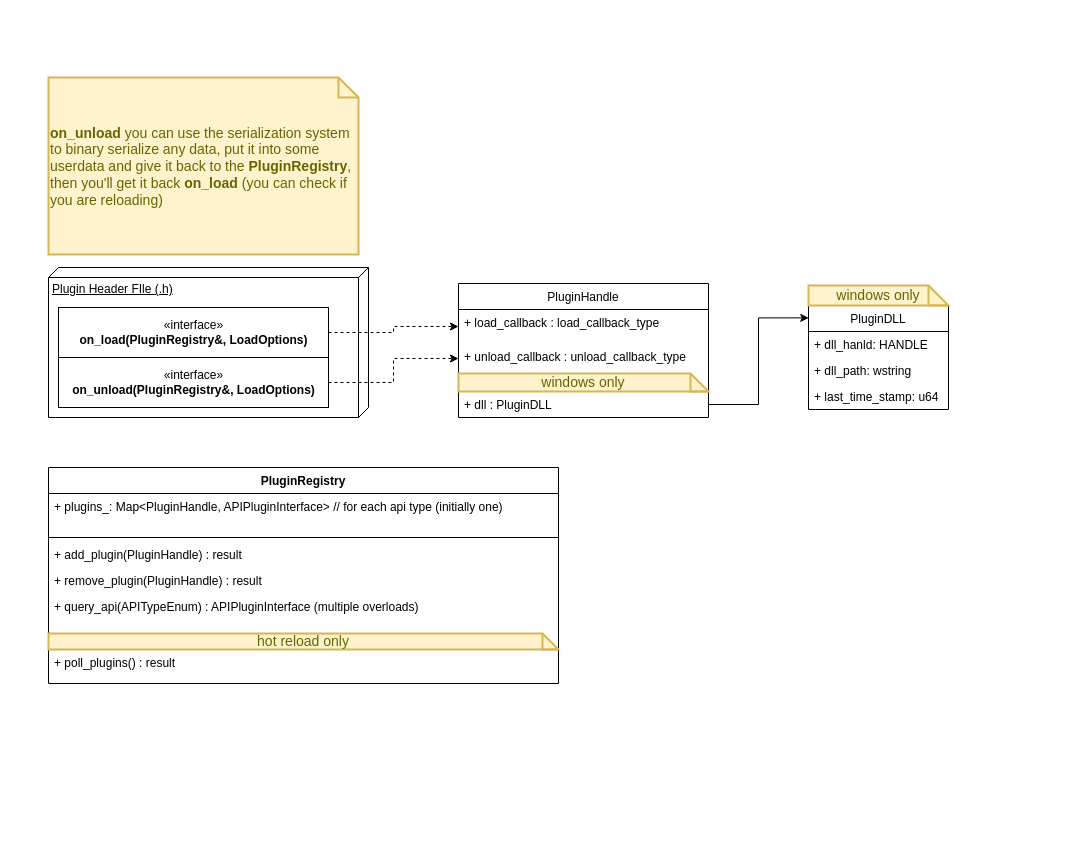
Before: docs/diagrams/plugin_architecture.drawio in MarkSkyzoid/sakura, a draw.io diagram. Source tidied: cells renumbered, new cells numbered last; positions are measured from the earlier drawing's top-left corner, leaving out a move shared by most shapes. Both pictures are drawn from the tidied source at 100%, with x=0, y=0 at pixel (48, 77).
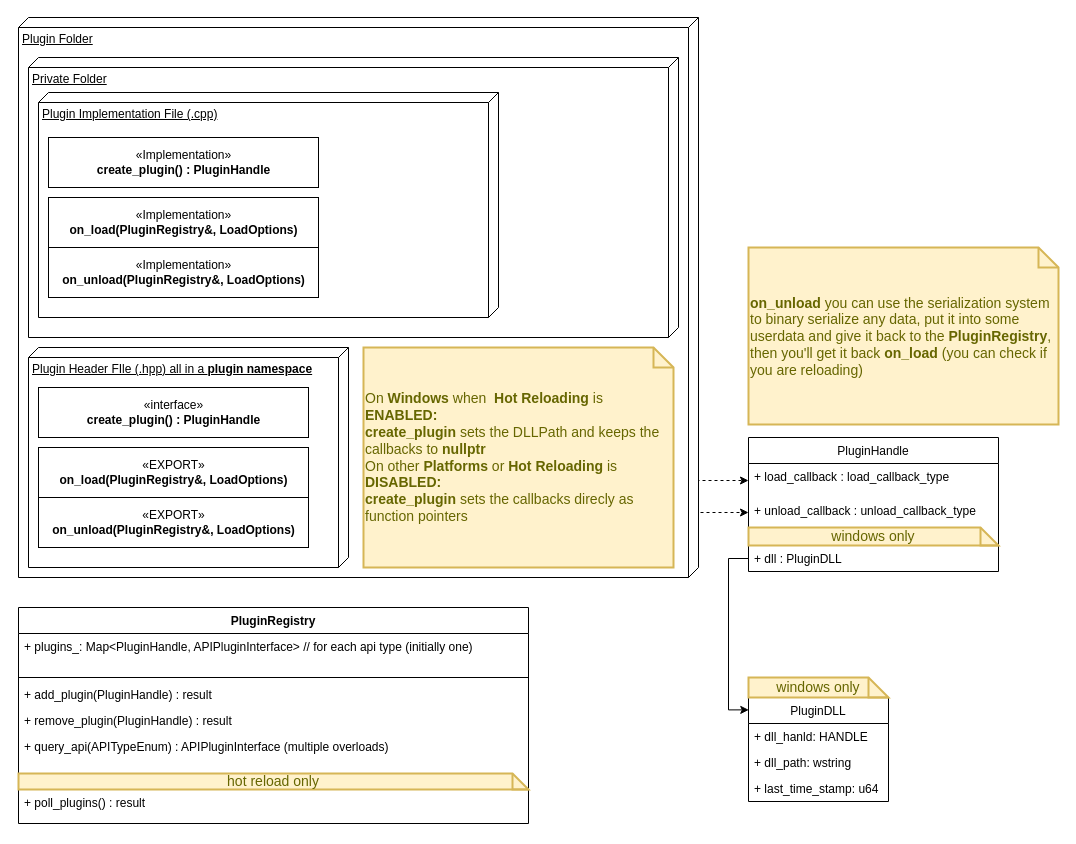
After the change.

Unchanged cells that the change refers to:
```xml
<mxCell id="23" value="+ load_callback : load_callback_type" style="text;strokeColor=none;fillColor=none;align=left;verticalAlign=top;spacingLeft=4;spacingRight=4;overflow=hidden;points=[[0,0.5],[1,0.5]];portConstraint=eastwest;" parent="22" vertex="1">
  <mxGeometry y="26" width="250" height="34" as="geometry" />
</mxCell>
<mxCell id="24" value="+ unload_callback : unload_callback_type" style="text;strokeColor=none;fillColor=none;align=left;verticalAlign=top;spacingLeft=4;spacingRight=4;overflow=hidden;points=[[0,0.5],[1,0.5]];portConstraint=eastwest;" parent="22" vertex="1">
  <mxGeometry y="60" width="250" height="30" as="geometry" />
</mxCell>
<mxCell id="26" value="+ dll : PluginDLL" style="text;strokeColor=none;fillColor=none;align=left;verticalAlign=top;spacingLeft=4;spacingRight=4;overflow=hidden;points=[[0,0.5],[1,0.5]];portConstraint=eastwest;" parent="22" vertex="1">
  <mxGeometry y="108" width="250" height="26" as="geometry" />
</mxCell>
```

The edit, as a diff of the source:
```diff
@@
-    <mxCell id="2" value="&lt;div&gt;Plugin Header FIle (.h)&lt;br&gt;&lt;/div&gt;&lt;div&gt;&lt;br&gt;&lt;/div&gt;" style="verticalAlign=top;align=left;spacingTop=8;spacingLeft=2;spacingRight=12;shape=cube;size=10;direction=south;fontStyle=4;html=1;" parent="1" vertex="1">
-      <mxGeometry y="190" width="320" height="150" as="geometry" />
-    </mxCell>
-    <mxCell id="3" style="edgeStyle=orthogonalEdgeStyle;rounded=0;jettySize=auto;html=1;dashed=1;" parent="1" edge="1" source="4" target="23">
+    <mxCell id="3" style="edgeStyle=orthogonalEdgeStyle;rounded=0;jettySize=auto;html=1;dashed=1;exitX=1;exitY=0.5;exitDx=0;exitDy=0;" parent="1" edge="1" source="34" target="23">
       <mxGeometry relative="1" as="geometry" />
     </mxCell>
-    <mxCell id="4" value="«interface»&lt;br&gt;&lt;div&gt;&lt;b&gt;on_load(PluginRegistry&amp;amp;, LoadOptions)&lt;/b&gt;&lt;/div&gt;" style="html=1;" parent="1" vertex="1">
-      <mxGeometry x="10" y="230" width="270" height="50" as="geometry" />
-    </mxCell>
-    <mxCell id="5" style="edgeStyle=orthogonalEdgeStyle;rounded=0;jettySize=auto;html=1;exitX=1;exitY=0.5;exitDx=0;exitDy=0;entryX=0;entryY=0.5;entryDx=0;entryDy=0;dashed=1;" parent="1" edge="1" source="6" target="24">
+    <mxCell id="5" style="edgeStyle=orthogonalEdgeStyle;rounded=0;jettySize=auto;html=1;exitX=1;exitY=0.5;exitDx=0;exitDy=0;entryX=0;entryY=0.5;entryDx=0;entryDy=0;dashed=1;" parent="1" edge="1" source="35" target="24">
       <mxGeometry relative="1" as="geometry" />
     </mxCell>
-    <mxCell id="6" value="«interface»&lt;br&gt;&lt;div&gt;&lt;b&gt;on_unload(&lt;/b&gt;&lt;b&gt;PluginRegistry&amp;amp;, LoadOptions)&lt;/b&gt;&lt;/div&gt;" style="html=1;" parent="1" vertex="1">
-      <mxGeometry x="10" y="280" width="270" height="50" as="geometry" />
-    </mxCell>
     <mxCell id="7" value="PluginRegistry&#10;" style="swimlane;fontStyle=1;align=center;verticalAlign=top;horizontal=1;startSize=26;strokeColor=#000000;fillColor=#ffffff;" parent="1" vertex="1">
-      <mxGeometry y="390" width="510" height="216" as="geometry" />
+      <mxGeometry x="-30" y="530" width="510" height="216" as="geometry" />
     </mxCell>
@@
     <mxCell id="17" value="PluginDLL" style="swimlane;fontStyle=0;horizontal=1;startSize=26;fillColor=none;strokeColor=#000000;" parent="1" vertex="1">
-      <mxGeometry x="760" y="228" width="140" height="104" as="geometry" />
+      <mxGeometry x="700" y="620" width="140" height="104" as="geometry" />
     </mxCell>
@@
     <mxCell id="21" value="&lt;div&gt;windows only&lt;br&gt;&lt;/div&gt;" style="shape=note;strokeWidth=2;fontSize=14;size=20;whiteSpace=wrap;html=1;fillColor=#fff2cc;strokeColor=#d6b656;fontColor=#666600;" parent="1" vertex="1">
-      <mxGeometry x="760" y="208" width="140" height="20" as="geometry" />
+      <mxGeometry x="700" y="600" width="140" height="20" as="geometry" />
     </mxCell>
     <mxCell id="22" value="PluginHandle" style="swimlane;fontStyle=0;horizontal=1;startSize=26;fillColor=none;strokeColor=#000000;" parent="1" vertex="1">
-      <mxGeometry x="410" y="206" width="250" height="134" as="geometry" />
+      <mxGeometry x="700" y="360" width="250" height="134" as="geometry" />
     </mxCell>
@@
-    <mxCell id="27" style="edgeStyle=orthogonalEdgeStyle;rounded=0;jettySize=auto;html=1;exitX=1;exitY=0.5;exitDx=0;exitDy=0;entryX=0.002;entryY=0.119;entryDx=0;entryDy=0;entryPerimeter=0;strokeColor=#000000;" parent="1" edge="1" source="26" target="17">
+    <mxCell id="27" style="edgeStyle=orthogonalEdgeStyle;rounded=0;jettySize=auto;html=1;exitX=0;exitY=0.5;exitDx=0;exitDy=0;entryX=0.002;entryY=0.119;entryDx=0;entryDy=0;entryPerimeter=0;strokeColor=#000000;" parent="1" edge="1" source="26" target="17">
       <mxGeometry relative="1" as="geometry" />
     </mxCell>
     <mxCell id="28" value="&lt;b&gt;on_unload &lt;/b&gt;you can use the serialization system to binary serialize any data, put it into some userdata and give it back to the &lt;b&gt;PluginRegistry&lt;/b&gt;, then you'll get it back &lt;b&gt;on_load&lt;/b&gt; (you can check if you are reloading)" style="shape=note;strokeWidth=2;fontSize=14;size=20;whiteSpace=wrap;html=1;fillColor=#fff2cc;strokeColor=#d6b656;fontColor=#666600;align=left;" parent="1" vertex="1">
-      <mxGeometry width="310" height="177" as="geometry" />
+      <mxGeometry x="700" y="170" width="310" height="177" as="geometry" />
     </mxCell>
+    <mxCell id="29" value="&lt;div&gt;Plugin Folder&lt;/div&gt;&lt;div&gt;&lt;br&gt;&lt;/div&gt;" style="verticalAlign=top;align=left;spacingTop=8;spacingLeft=2;spacingRight=12;shape=cube;size=10;direction=south;fontStyle=4;html=1;strokeColor=#000000;fillColor=#ffffff;" parent="1" vertex="1">
+      <mxGeometry x="-30" y="-60" width="680" height="560" as="geometry" />
+    </mxCell>
+    <mxCell id="30" value="&lt;div&gt;Plugin Header FIle (.hpp) all in a &lt;b&gt;plugin namespace&lt;/b&gt;&lt;br&gt;&lt;/div&gt;" style="verticalAlign=top;align=left;spacingTop=8;spacingLeft=2;spacingRight=12;shape=cube;size=10;direction=south;fontStyle=4;html=1;" parent="1" vertex="1">
+      <mxGeometry x="-20" y="270" width="320" height="220" as="geometry" />
+    </mxCell>
+    <mxCell id="31" value="&lt;div&gt;Private Folder&lt;/div&gt;&lt;div&gt;&lt;br&gt;&lt;/div&gt;&lt;div&gt;&lt;br&gt;&lt;/div&gt;" style="verticalAlign=top;align=left;spacingTop=8;spacingLeft=2;spacingRight=12;shape=cube;size=10;direction=south;fontStyle=4;html=1;" parent="1" vertex="1">
+      <mxGeometry x="-20" y="-20" width="650" height="280" as="geometry" />
+    </mxCell>
+    <mxCell id="32" value="&lt;div&gt;Plugin Implementation File (.cpp)&lt;/div&gt;&lt;div&gt;&lt;br&gt;&lt;/div&gt;" style="verticalAlign=top;align=left;spacingTop=8;spacingLeft=2;spacingRight=12;shape=cube;size=10;direction=south;fontStyle=4;html=1;" parent="1" vertex="1">
+      <mxGeometry x="-10" y="15" width="460" height="225" as="geometry" />
+    </mxCell>
+    <mxCell id="33" value="«interface»&lt;br&gt;&lt;div&gt;&lt;b&gt;create_plugin() : PluginHandle&lt;br&gt;&lt;/b&gt;&lt;/div&gt;" style="html=1;" parent="1" vertex="1">
+      <mxGeometry x="-10" y="310" width="270" height="50" as="geometry" />
+    </mxCell>
+    <mxCell id="34" value="«EXPORT»&lt;br&gt;&lt;div&gt;&lt;b&gt;on_load(PluginRegistry&amp;amp;, LoadOptions)&lt;/b&gt;&lt;/div&gt;" style="html=1;" parent="1" vertex="1">
+      <mxGeometry x="-10" y="370" width="270" height="50" as="geometry" />
+    </mxCell>
+    <mxCell id="35" value="«EXPORT»&lt;br&gt;&lt;div&gt;&lt;b&gt;on_unload(&lt;/b&gt;&lt;b&gt;PluginRegistry&amp;amp;, LoadOptions)&lt;/b&gt;&lt;/div&gt;" style="html=1;" parent="1" vertex="1">
+      <mxGeometry x="-10" y="420" width="270" height="50" as="geometry" />
+    </mxCell>
+    <mxCell id="36" value="&lt;div&gt;«Implementation»&lt;/div&gt;&lt;div&gt;&lt;b&gt;create_plugin() : PluginHandle&lt;br&gt;&lt;/b&gt;&lt;/div&gt;" style="html=1;" parent="1" vertex="1">
+      <mxGeometry y="60" width="270" height="50" as="geometry" />
+    </mxCell>
+    <mxCell id="37" value="«Implementation»&lt;br&gt;&lt;div&gt;&lt;b&gt;on_load(PluginRegistry&amp;amp;, LoadOptions)&lt;/b&gt;&lt;/div&gt;" style="html=1;" parent="1" vertex="1">
+      <mxGeometry y="120" width="270" height="50" as="geometry" />
+    </mxCell>
+    <mxCell id="38" value="«Implementation»&lt;br&gt;&lt;div&gt;&lt;b&gt;on_unload(&lt;/b&gt;&lt;b&gt;PluginRegistry&amp;amp;, LoadOptions)&lt;/b&gt;&lt;/div&gt;" style="html=1;" parent="1" vertex="1">
+      <mxGeometry y="170" width="270" height="50" as="geometry" />
+    </mxCell>
+    <mxCell id="39" value="&lt;div&gt;On &lt;b&gt;Windows&lt;/b&gt; when&amp;nbsp; &lt;b&gt;Hot Reloading &lt;/b&gt;is &lt;b&gt;ENABLED:&lt;/b&gt;&lt;/div&gt;&lt;div&gt;&lt;b&gt;create_plugin&lt;/b&gt; sets the DLLPath and keeps the callbacks to &lt;b&gt;nullptr&lt;/b&gt;&lt;/div&gt;&lt;div&gt;On other &lt;b&gt;Platforms &lt;/b&gt;or&lt;b&gt; Hot Reloading &lt;/b&gt;is &lt;b&gt;DISABLED:&lt;/b&gt;&lt;/div&gt;&lt;div&gt;&lt;b&gt;create_plugin&lt;/b&gt; sets the callbacks direcly as function pointers&lt;br&gt;&lt;/div&gt;" style="shape=note;strokeWidth=2;fontSize=14;size=20;whiteSpace=wrap;html=1;fillColor=#fff2cc;strokeColor=#d6b656;fontColor=#666600;align=left;" parent="1" vertex="1">
+      <mxGeometry x="315" y="270" width="310" height="220" as="geometry" />
+    </mxCell>
```
